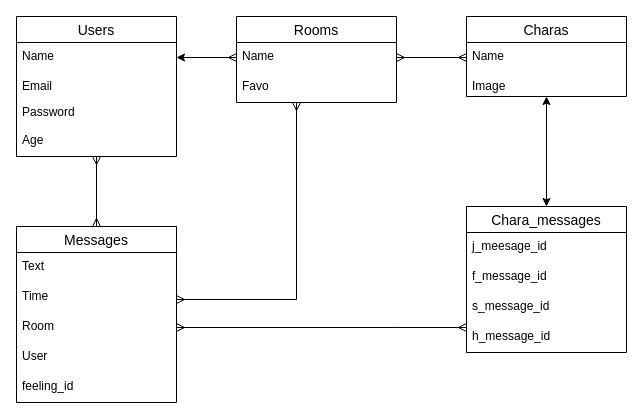
Earlier version of the draw.io diagram er.dio (deratokati88/chat-i). Source tidied: cells renumbered, new cells numbered last; positions are measured from the earlier drawing's top-left corner, leaving out a move shared by most shapes. Both pictures are drawn from the tidied source at 100%, with x=0, y=0 at pixel (16, 16).
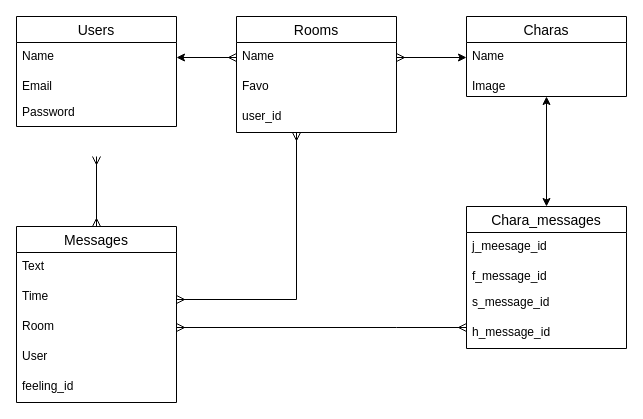
The same diagram, later.

The change refers to these unchanged cells:
```xml
<mxCell id="8" value="Name" style="text;strokeColor=none;fillColor=none;spacingLeft=4;spacingRight=4;overflow=hidden;points=[[0,0.5],[1,0.5]];portConstraint=eastwest;fontSize=12;" parent="7" vertex="1">
  <mxGeometry y="26" width="160" height="30" as="geometry" />
</mxCell>
<mxCell id="12" value="Name" style="text;strokeColor=none;fillColor=none;spacingLeft=4;spacingRight=4;overflow=hidden;points=[[0,0.5],[1,0.5]];portConstraint=eastwest;fontSize=12;" parent="11" vertex="1">
  <mxGeometry y="26" width="160" height="30" as="geometry" />
</mxCell>
```

Change to the diagram source:
```diff
@@
     <mxCell id="2" value="Users" style="swimlane;fontStyle=0;horizontal=1;startSize=26;align=center;fontSize=14;" parent="1" vertex="1">
-      <mxGeometry width="160" height="140" as="geometry" />
+      <mxGeometry width="160" height="110" as="geometry" />
     </mxCell>
@@
-    <mxCell id="6" value="Age" style="text;strokeColor=none;fillColor=none;spacingLeft=4;spacingRight=4;overflow=hidden;fontSize=12;" parent="2" vertex="1">
-      <mxGeometry y="110" width="160" height="30" as="geometry" />
-    </mxCell>
     <mxCell id="7" value="Rooms" style="swimlane;fontStyle=0;horizontal=1;startSize=26;align=center;fontSize=14;" parent="1" vertex="1">
-      <mxGeometry x="220" width="160" height="86" as="geometry" />
+      <mxGeometry x="220" width="160" height="116" as="geometry" />
     </mxCell>
@@
+    <mxCell id="30" value="user_id" style="text;strokeColor=none;fillColor=none;spacingLeft=4;spacingRight=4;overflow=hidden;fontSize=12;" parent="7" vertex="1">
+      <mxGeometry y="86" width="160" height="30" as="geometry" />
+    </mxCell>
@@
     <mxCell id="23" value="Chara_messages" style="swimlane;fontStyle=0;horizontal=1;startSize=26;align=center;fontSize=14;" parent="1" vertex="1">
-      <mxGeometry x="450" y="190" width="160" height="146" as="geometry" />
+      <mxGeometry x="450" y="190" width="160" height="142" as="geometry" />
     </mxCell>
@@
     <mxCell id="25" value="f_message_id" style="text;strokeColor=none;fillColor=none;spacingLeft=4;spacingRight=4;overflow=hidden;fontSize=12;" parent="23" vertex="1">
-      <mxGeometry y="56" width="160" height="30" as="geometry" />
+      <mxGeometry y="56" width="160" height="26" as="geometry" />
     </mxCell>
     <mxCell id="26" value="s_message_id" style="text;strokeColor=none;fillColor=none;spacingLeft=4;spacingRight=4;overflow=hidden;fontSize=12;" parent="23" vertex="1">
-      <mxGeometry y="86" width="160" height="30" as="geometry" />
+      <mxGeometry y="82" width="160" height="30" as="geometry" />
     </mxCell>
     <mxCell id="27" value="h_message_id" style="text;strokeColor=none;fillColor=none;spacingLeft=4;spacingRight=4;overflow=hidden;fontSize=12;" parent="23" vertex="1">
-      <mxGeometry y="116" width="160" height="30" as="geometry" />
+      <mxGeometry y="112" width="160" height="30" as="geometry" />
     </mxCell>
@@
-    <mxCell id="29" style="edgeStyle=orthogonalEdgeStyle;rounded=0;jettySize=auto;html=1;entryX=0;entryY=0.5;entryDx=0;entryDy=0;startArrow=ERmany;startFill=0;endArrow=ERmany;endFill=0;" parent="1" edge="1" source="8" target="12">
+    <mxCell id="29" style="edgeStyle=orthogonalEdgeStyle;rounded=0;jettySize=auto;html=1;entryX=0;entryY=0.5;entryDx=0;entryDy=0;startArrow=ERmany;startFill=0;endArrow=classic;endFill=1;" parent="1" edge="1" source="8" target="12">
       <mxGeometry relative="1" as="geometry" />
     </mxCell>
```
